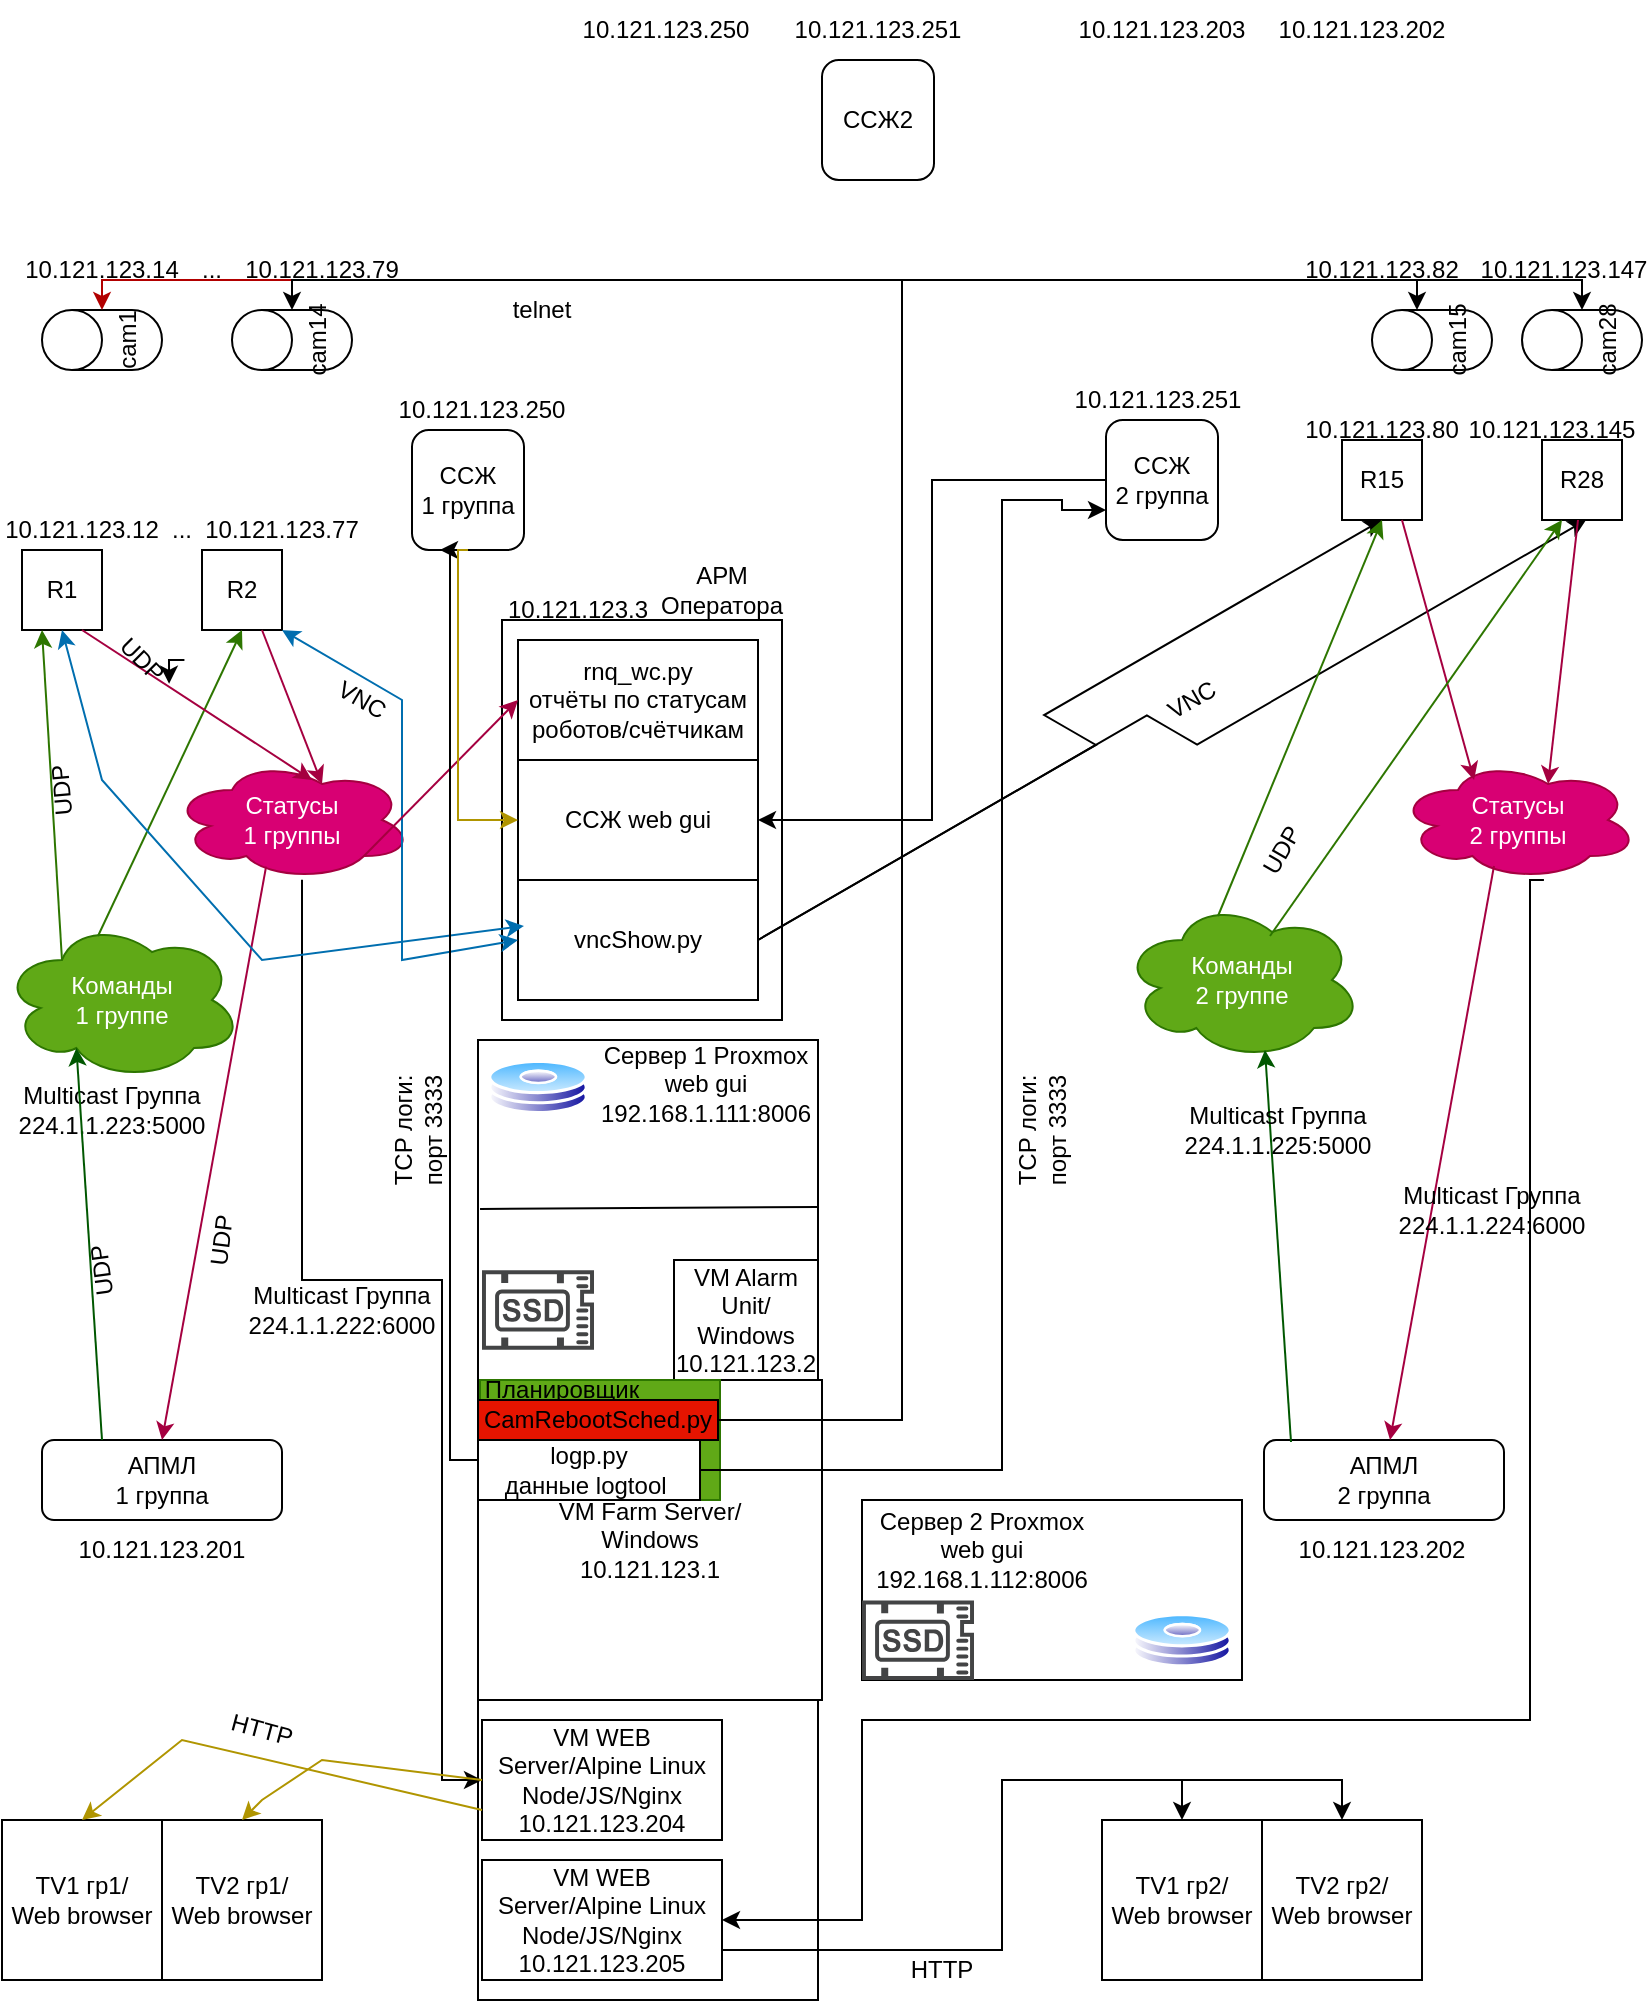
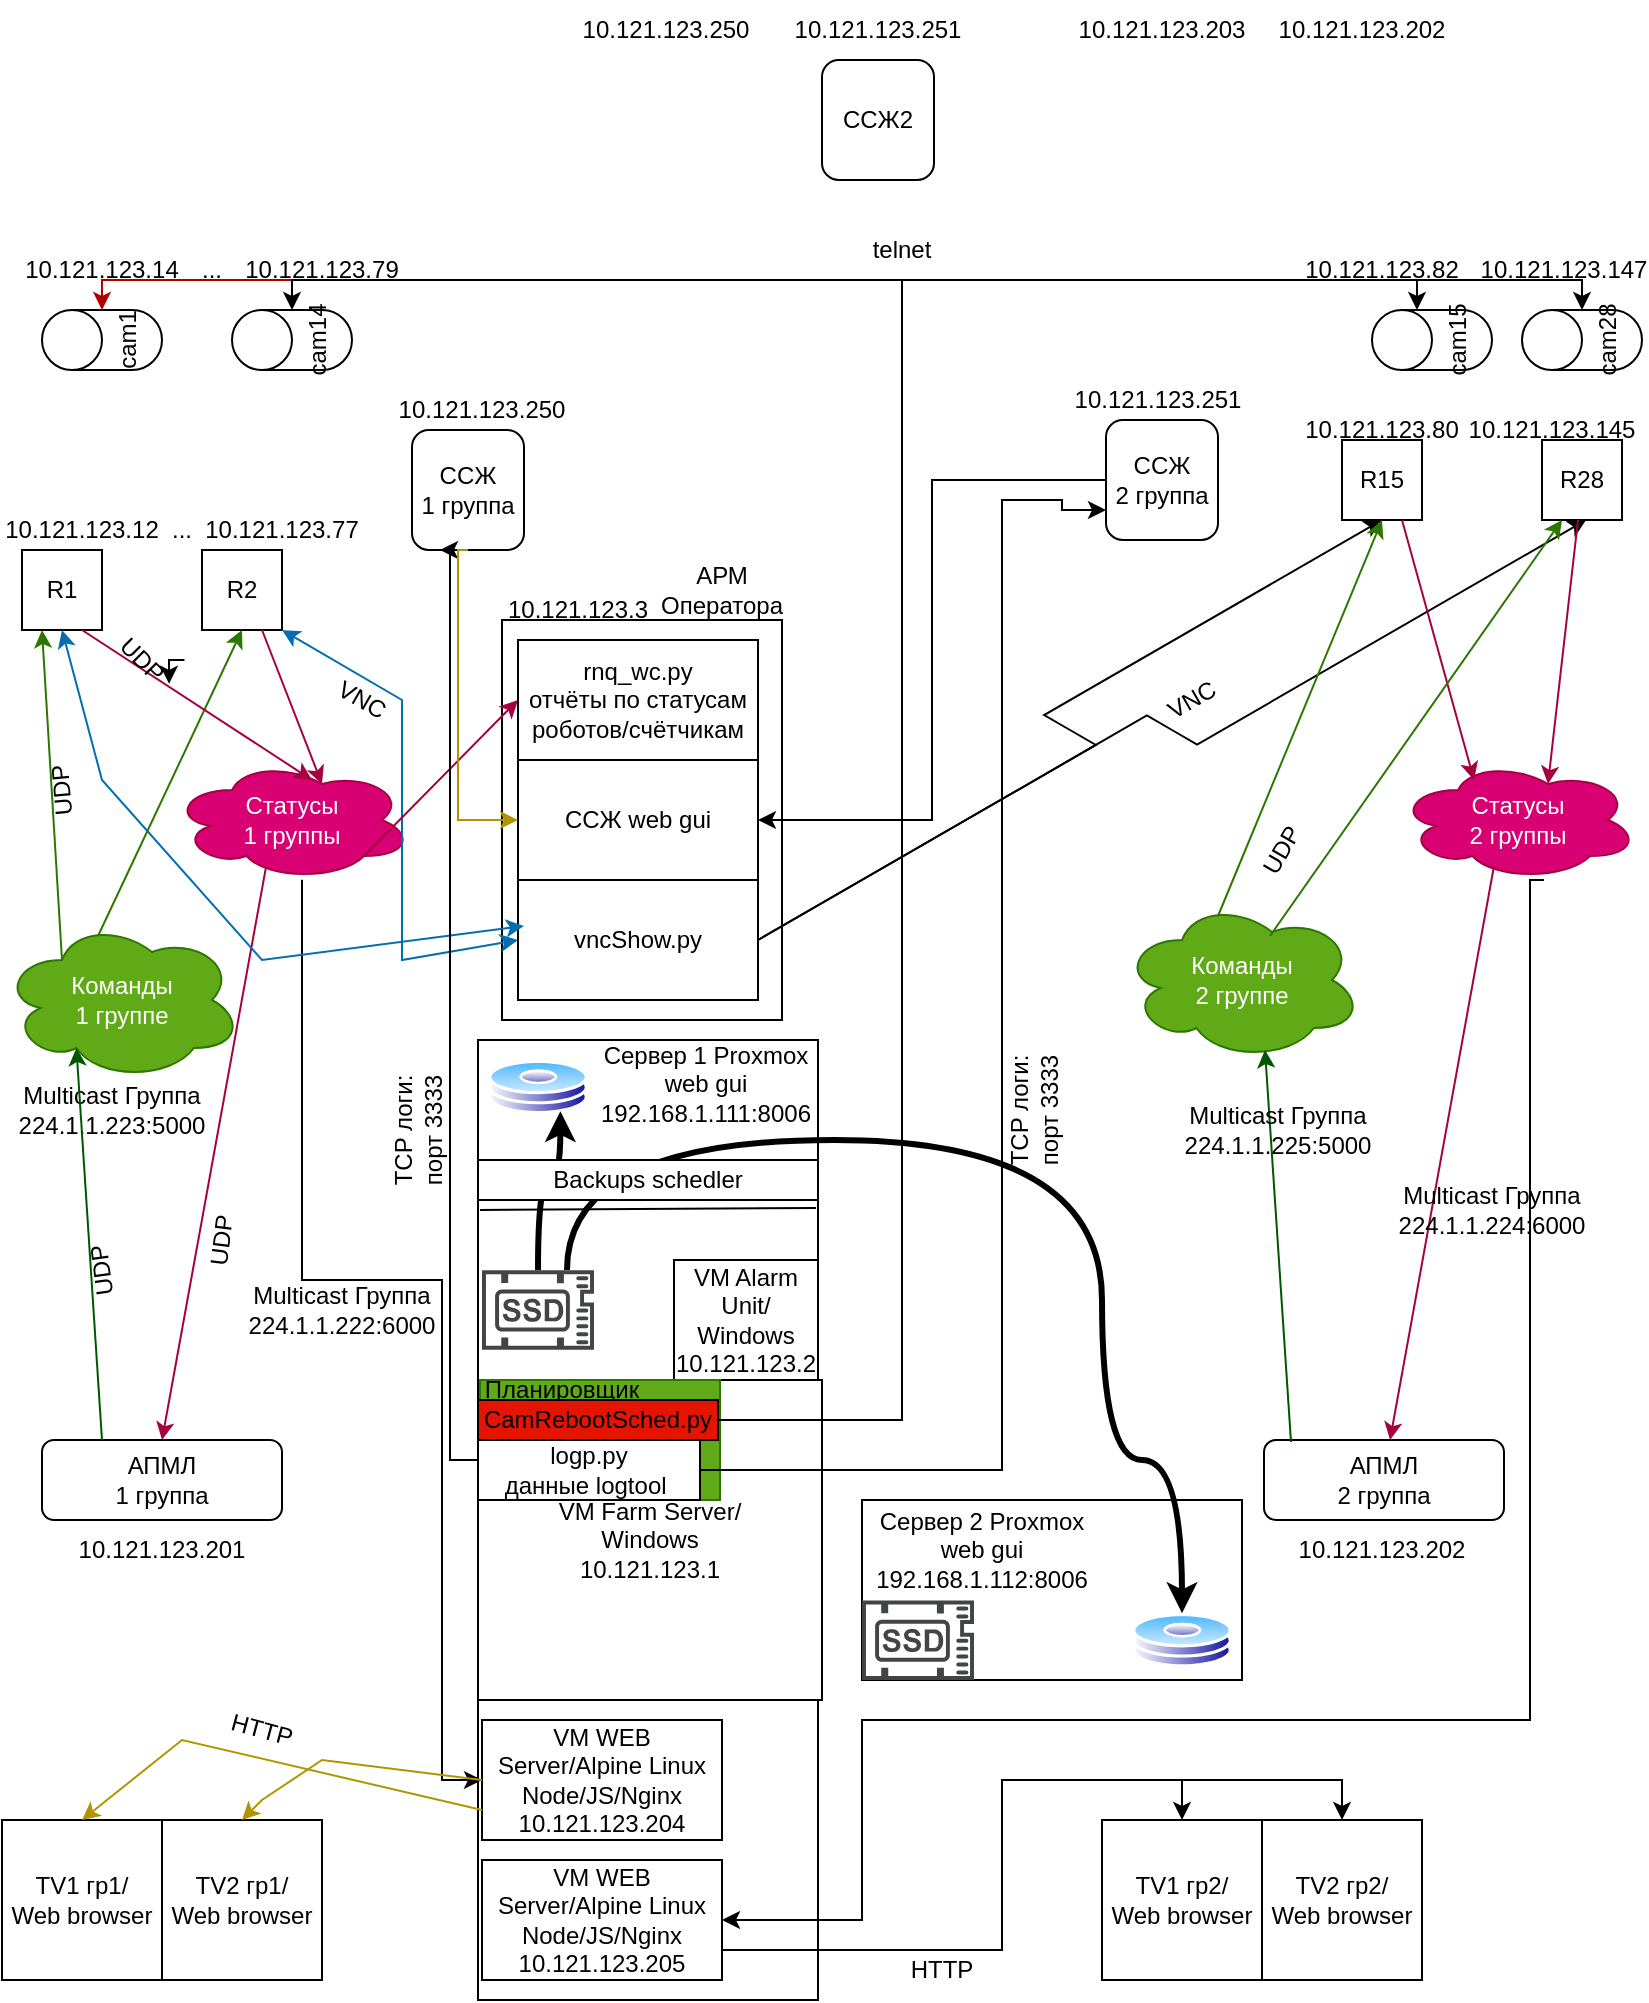
<mxfile host="app.diagrams.net" agent="Mozilla/5.0 (Macintosh; Intel Mac OS X 10_15_7) AppleWebKit/605.1.15 (KHTML, like Gecko) Version/18.4 Safari/605.1.15">
  <diagram name="Common" id="kNre07OXL5QUW6hjHVb_">
    <mxGraphModel dx="1248" dy="847" grid="1" gridSize="10" guides="1" tooltips="1" connect="1" arrows="1" fold="1" page="1" pageScale="1" pageWidth="827" pageHeight="1169" math="0" shadow="0">
      <root>
        <mxCell id="0" />
        <mxCell id="1" parent="0" />
        <mxCell id="9Vli-bCbQJat1Q8ghpv_-9" parent="1" style="rounded=0;whiteSpace=wrap;html=1;" value="" vertex="1">
          <mxGeometry height="480" width="170" x="238" y="580" as="geometry" />
        </mxCell>
        <mxCell id="9Vli-bCbQJat1Q8ghpv_-1" parent="1" style="rounded=0;whiteSpace=wrap;html=1;" value="R1" vertex="1">
          <mxGeometry height="40" width="40" x="10" y="335" as="geometry" />
        </mxCell>
        <mxCell id="9Vli-bCbQJat1Q8ghpv_-2" parent="1" style="rounded=0;whiteSpace=wrap;html=1;" value="R2" vertex="1">
          <mxGeometry height="40" width="40" x="100" y="335" as="geometry" />
        </mxCell>
        <mxCell id="9Vli-bCbQJat1Q8ghpv_-3" parent="1" style="rounded=1;whiteSpace=wrap;html=1;" value="АПМЛ&lt;div&gt;1 группа&lt;/div&gt;" vertex="1">
          <mxGeometry height="40" width="120" x="20" y="780" as="geometry" />
        </mxCell>
        <mxCell id="MIcNWfqu2G7UR8mHNEVn-12" edge="1" parent="1" source="9Vli-bCbQJat1Q8ghpv_-6" style="edgeStyle=orthogonalEdgeStyle;rounded=0;orthogonalLoop=1;jettySize=auto;html=1;entryX=0;entryY=0.5;entryDx=0;entryDy=0;fontColor=light-dark(#000000,#FF00FF);strokeColor=light-dark(#000000,#FFA9E0);" target="9Vli-bCbQJat1Q8ghpv_-14">
          <mxGeometry relative="1" as="geometry">
            <Array as="points">
              <mxPoint x="150" y="700" />
              <mxPoint x="220" y="700" />
              <mxPoint x="220" y="950" />
            </Array>
          </mxGeometry>
        </mxCell>
        <mxCell id="9Vli-bCbQJat1Q8ghpv_-6" parent="1" style="ellipse;shape=cloud;whiteSpace=wrap;html=1;fillColor=#d80073;fontColor=#ffffff;strokeColor=#A50040;" value="Статусы&lt;div&gt;1 группы&lt;/div&gt;" vertex="1">
          <mxGeometry height="60" width="120" x="85" y="440" as="geometry" />
        </mxCell>
        <mxCell id="9Vli-bCbQJat1Q8ghpv_-7" parent="1" style="ellipse;shape=cloud;whiteSpace=wrap;html=1;fillColor=#60a917;fontColor=#ffffff;strokeColor=#2D7600;" value="Команды&lt;div&gt;1 группе&lt;/div&gt;" vertex="1">
          <mxGeometry height="80" width="120" y="520" as="geometry" />
        </mxCell>
        <mxCell id="9Vli-bCbQJat1Q8ghpv_-8" parent="1" style="rounded=1;whiteSpace=wrap;html=1;" value="ССЖ&lt;div&gt;1 группа&lt;/div&gt;" vertex="1">
          <mxGeometry height="60" width="56" x="205" y="275" as="geometry" />
        </mxCell>
        <mxCell id="9Vli-bCbQJat1Q8ghpv_-10" parent="1" style="whiteSpace=wrap;html=1;aspect=fixed;" value="TV2 гр1/&lt;div&gt;Web browser&lt;/div&gt;" vertex="1">
          <mxGeometry height="80" width="80" x="80" y="970" as="geometry" />
        </mxCell>
        <mxCell id="9Vli-bCbQJat1Q8ghpv_-11" edge="1" parent="1" source="9Vli-bCbQJat1Q8ghpv_-2" style="endArrow=classic;html=1;rounded=0;entryX=0.625;entryY=0.2;entryDx=0;entryDy=0;entryPerimeter=0;exitX=0.75;exitY=1;exitDx=0;exitDy=0;fillColor=#d80073;strokeColor=#A50040;" target="9Vli-bCbQJat1Q8ghpv_-6" value="">
          <mxGeometry height="50" relative="1" width="50" as="geometry">
            <mxPoint x="192.5" y="270" as="sourcePoint" />
            <mxPoint x="440" y="450" as="targetPoint" />
          </mxGeometry>
        </mxCell>
        <mxCell id="9Vli-bCbQJat1Q8ghpv_-12" edge="1" parent="1" source="9Vli-bCbQJat1Q8ghpv_-7" style="endArrow=classic;html=1;rounded=0;entryX=0.25;entryY=1;entryDx=0;entryDy=0;exitX=0.25;exitY=0.25;exitDx=0;exitDy=0;exitPerimeter=0;fillColor=#60a917;strokeColor=#2D7600;" target="9Vli-bCbQJat1Q8ghpv_-1" value="">
          <mxGeometry height="50" relative="1" width="50" as="geometry">
            <mxPoint x="390" y="500" as="sourcePoint" />
            <mxPoint x="120" y="270" as="targetPoint" />
          </mxGeometry>
        </mxCell>
        <mxCell id="9Vli-bCbQJat1Q8ghpv_-13" edge="1" parent="1" source="9Vli-bCbQJat1Q8ghpv_-6" style="endArrow=classic;html=1;rounded=0;entryX=0.5;entryY=0;entryDx=0;entryDy=0;exitX=0.392;exitY=0.888;exitDx=0;exitDy=0;exitPerimeter=0;fillColor=#d80073;strokeColor=#A50040;" target="9Vli-bCbQJat1Q8ghpv_-3" value="">
          <mxGeometry height="50" relative="1" width="50" as="geometry">
            <mxPoint x="390" y="500" as="sourcePoint" />
            <mxPoint x="440" y="450" as="targetPoint" />
          </mxGeometry>
        </mxCell>
        <mxCell id="9Vli-bCbQJat1Q8ghpv_-14" parent="1" style="rounded=0;whiteSpace=wrap;html=1;" value="VM WEB&lt;div&gt;Server/Alpine Linux&lt;/div&gt;&lt;div&gt;&lt;div&gt;Node/JS/Nginx&lt;/div&gt;&lt;/div&gt;&lt;div&gt;10.121.123.204&lt;/div&gt;" vertex="1">
          <mxGeometry height="60" width="120" x="240" y="920" as="geometry" />
        </mxCell>
        <mxCell id="9Vli-bCbQJat1Q8ghpv_-15" parent="1" style="rounded=0;whiteSpace=wrap;html=1;" value="VM Alarm Unit/&lt;div&gt;Windows&lt;/div&gt;&lt;div&gt;10.121.123.2&lt;/div&gt;" vertex="1">
          <mxGeometry height="60" width="72" x="336" y="690" as="geometry" />
        </mxCell>
        <mxCell id="9Vli-bCbQJat1Q8ghpv_-16" parent="1" style="rounded=0;whiteSpace=wrap;html=1;fillColor=light-dark(#FFFFFF,#FF0000);" value="VM Farm Server/&lt;div&gt;Windows&lt;/div&gt;&lt;div&gt;10.121.123.1&lt;/div&gt;" vertex="1">
          <mxGeometry height="160" width="172" x="238" y="750" as="geometry" />
        </mxCell>
        <mxCell id="9Vli-bCbQJat1Q8ghpv_-17" parent="1" style="text;html=1;whiteSpace=wrap;strokeColor=none;fillColor=none;align=center;verticalAlign=middle;rounded=0;" value="Сервер 1 Proxmox web gui&lt;div&gt;192.168.1.111:8006&lt;/div&gt;" vertex="1">
          <mxGeometry height="30" width="100" x="302" y="587" as="geometry" />
        </mxCell>
        <mxCell id="9Vli-bCbQJat1Q8ghpv_-18" parent="1" style="rounded=0;whiteSpace=wrap;html=1;fillColor=light-dark(#FFFFFF,#999900);" value="" vertex="1">
          <mxGeometry height="200" width="140" x="250" y="370" as="geometry" />
        </mxCell>
        <mxCell id="9Vli-bCbQJat1Q8ghpv_-19" parent="1" style="text;html=1;whiteSpace=wrap;strokeColor=none;fillColor=none;align=center;verticalAlign=middle;rounded=0;" value="АРМ Оператора" vertex="1">
          <mxGeometry height="30" width="60" x="330" y="340" as="geometry" />
        </mxCell>
        <mxCell id="9Vli-bCbQJat1Q8ghpv_-20" parent="1" style="rounded=0;whiteSpace=wrap;html=1;" value="rnq_wc.py&lt;div&gt;отчёты по статусам роботов/счётчикам&lt;/div&gt;" vertex="1">
          <mxGeometry height="60" width="120" x="258" y="380" as="geometry" />
        </mxCell>
        <mxCell id="MIcNWfqu2G7UR8mHNEVn-50" edge="1" parent="1" source="9Vli-bCbQJat1Q8ghpv_-25" style="edgeStyle=isometricEdgeStyle;rounded=0;orthogonalLoop=1;jettySize=auto;html=1;entryX=0.5;entryY=1;entryDx=0;entryDy=0;exitX=1;exitY=0.5;exitDx=0;exitDy=0;strokeColor=light-dark(#000000,#51AFE7);" target="MIcNWfqu2G7UR8mHNEVn-15">
          <mxGeometry relative="1" as="geometry" />
        </mxCell>
        <mxCell id="MIcNWfqu2G7UR8mHNEVn-51" edge="1" parent="1" source="9Vli-bCbQJat1Q8ghpv_-25" style="edgeStyle=isometricEdgeStyle;rounded=0;orthogonalLoop=1;jettySize=auto;html=1;exitX=1;exitY=0.5;exitDx=0;exitDy=0;strokeColor=light-dark(#000000,#51AFE7);">
          <mxGeometry relative="1" as="geometry">
            <mxPoint x="792" y="320" as="targetPoint" />
          </mxGeometry>
        </mxCell>
        <mxCell id="9Vli-bCbQJat1Q8ghpv_-25" parent="1" style="rounded=0;whiteSpace=wrap;html=1;" value="vncShow.py" vertex="1">
          <mxGeometry height="60" width="120" x="258" y="500" as="geometry" />
        </mxCell>
        <mxCell id="9Vli-bCbQJat1Q8ghpv_-26" edge="1" parent="1" source="9Vli-bCbQJat1Q8ghpv_-25" style="endArrow=classic;startArrow=classic;html=1;rounded=0;exitX=0;exitY=0.5;exitDx=0;exitDy=0;fillColor=#1ba1e2;strokeColor=#006EAF;entryX=1;entryY=1;entryDx=0;entryDy=0;" target="9Vli-bCbQJat1Q8ghpv_-2" value="">
          <mxGeometry height="50" relative="1" width="50" as="geometry">
            <Array as="points">
              <mxPoint x="200" y="540" />
              <mxPoint x="200" y="410" />
            </Array>
            <mxPoint x="390" y="500" as="sourcePoint" />
            <mxPoint x="210" y="120" as="targetPoint" />
          </mxGeometry>
        </mxCell>
        <mxCell id="9Vli-bCbQJat1Q8ghpv_-27" parent="1" style="text;html=1;whiteSpace=wrap;strokeColor=none;fillColor=none;align=center;verticalAlign=middle;rounded=0;rotation=30;fontColor=light-dark(#000000,#51AFE7);" value="VNC" vertex="1">
          <mxGeometry height="30" width="60" x="150" y="395" as="geometry" />
        </mxCell>
        <mxCell id="9Vli-bCbQJat1Q8ghpv_-29" parent="1" style="text;html=1;whiteSpace=wrap;strokeColor=none;fillColor=none;align=center;verticalAlign=middle;rounded=0;fontColor=light-dark(#000000,#4A890C);" value="Multicast Группа 224.1.1.223:5000" vertex="1">
          <mxGeometry height="30" width="60" x="25" y="600" as="geometry" />
        </mxCell>
        <mxCell id="9Vli-bCbQJat1Q8ghpv_-32" parent="1" style="rounded=0;whiteSpace=wrap;html=1;" value="ССЖ web gui" vertex="1">
          <mxGeometry height="60" width="120" x="258" y="440" as="geometry" />
        </mxCell>
        <mxCell id="9Vli-bCbQJat1Q8ghpv_-33" edge="1" parent="1" source="9Vli-bCbQJat1Q8ghpv_-6" style="endArrow=classic;html=1;rounded=0;exitX=0.8;exitY=0.8;exitDx=0;exitDy=0;exitPerimeter=0;entryX=0;entryY=0.5;entryDx=0;entryDy=0;fillColor=#d80073;strokeColor=#A50040;" target="9Vli-bCbQJat1Q8ghpv_-20" value="">
          <mxGeometry height="50" relative="1" width="50" as="geometry">
            <mxPoint x="390" y="530" as="sourcePoint" />
            <mxPoint x="440" y="480" as="targetPoint" />
          </mxGeometry>
        </mxCell>
        <mxCell id="9Vli-bCbQJat1Q8ghpv_-34" edge="1" parent="1" source="9Vli-bCbQJat1Q8ghpv_-3" style="endArrow=classic;html=1;rounded=0;exitX=0.25;exitY=0;exitDx=0;exitDy=0;entryX=0.31;entryY=0.8;entryDx=0;entryDy=0;entryPerimeter=0;fillColor=#008a00;strokeColor=#005700;" target="9Vli-bCbQJat1Q8ghpv_-7" value="">
          <mxGeometry height="50" relative="1" width="50" as="geometry">
            <mxPoint x="390" y="530" as="sourcePoint" />
            <mxPoint x="440" y="480" as="targetPoint" />
          </mxGeometry>
        </mxCell>
        <mxCell id="9Vli-bCbQJat1Q8ghpv_-35" parent="1" style="shape=cylinder3;whiteSpace=wrap;html=1;boundedLbl=1;backgroundOutline=1;size=15;rotation=-90;" value="cam1" vertex="1">
          <mxGeometry height="60" width="30" x="35" y="200" as="geometry" />
        </mxCell>
        <mxCell id="9Vli-bCbQJat1Q8ghpv_-36" parent="1" style="shape=cylinder3;whiteSpace=wrap;html=1;boundedLbl=1;backgroundOutline=1;size=15;rotation=-90;" value="cam14" vertex="1">
          <mxGeometry height="60" width="30" x="130" y="200" as="geometry" />
        </mxCell>
        <mxCell id="9Vli-bCbQJat1Q8ghpv_-39" edge="1" parent="1" source="9Vli-bCbQJat1Q8ghpv_-7" style="endArrow=classic;html=1;rounded=0;exitX=0.4;exitY=0.1;exitDx=0;exitDy=0;exitPerimeter=0;entryX=0.5;entryY=1;entryDx=0;entryDy=0;fillColor=#60a917;strokeColor=#2D7600;" target="9Vli-bCbQJat1Q8ghpv_-2" value="">
          <mxGeometry height="50" relative="1" width="50" as="geometry">
            <mxPoint x="390" y="400" as="sourcePoint" />
            <mxPoint x="440" y="350" as="targetPoint" />
          </mxGeometry>
        </mxCell>
        <mxCell id="9Vli-bCbQJat1Q8ghpv_-40" edge="1" parent="1" source="9Vli-bCbQJat1Q8ghpv_-1" style="endArrow=classic;html=1;rounded=0;entryX=0.75;entryY=1;entryDx=0;entryDy=0;fillColor=#d80073;strokeColor=#A50040;exitX=0.75;exitY=1;exitDx=0;exitDy=0;" value="">
          <mxGeometry height="50" relative="1" width="50" as="geometry">
            <mxPoint x="150" y="120" as="sourcePoint" />
            <mxPoint x="155" y="450" as="targetPoint" />
          </mxGeometry>
        </mxCell>
        <mxCell id="9Vli-bCbQJat1Q8ghpv_-41" edge="1" parent="1" source="9Vli-bCbQJat1Q8ghpv_-25" style="endArrow=classic;startArrow=classic;html=1;rounded=0;exitX=0.025;exitY=0.383;exitDx=0;exitDy=0;exitPerimeter=0;fillColor=#1ba1e2;strokeColor=#006EAF;entryX=0.5;entryY=1;entryDx=0;entryDy=0;" target="9Vli-bCbQJat1Q8ghpv_-1" value="">
          <mxGeometry height="50" relative="1" width="50" as="geometry">
            <Array as="points">
              <mxPoint x="130" y="540" />
              <mxPoint x="50" y="450" />
            </Array>
            <mxPoint x="170" y="670" as="sourcePoint" />
            <mxPoint x="140" y="120" as="targetPoint" />
          </mxGeometry>
        </mxCell>
-         <mxCell id="9Vli-bCbQJat1Q8ghpv_-45" parent="1" style="text;html=1;whiteSpace=wrap;strokeColor=none;fillColor=none;align=center;verticalAlign=middle;rounded=0;rotation=0;" value="telnet" vertex="1">
-           <mxGeometry height="30" width="60" x="240" y="200" as="geometry" />
+         <mxCell id="9Vli-bCbQJat1Q8ghpv_-45" parent="1" style="text;html=1;whiteSpace=wrap;strokeColor=none;fillColor=none;align=center;verticalAlign=middle;rounded=0;rotation=0;fontColor=light-dark(#000000,#FFACAC);" value="telnet" vertex="1">
+           <mxGeometry height="30" width="60" x="420" y="170" as="geometry" />
        </mxCell>
        <mxCell id="9Vli-bCbQJat1Q8ghpv_-50" edge="1" parent="1" source="9Vli-bCbQJat1Q8ghpv_-14" style="endArrow=classic;html=1;rounded=0;exitX=0;exitY=0.5;exitDx=0;exitDy=0;entryX=0.5;entryY=0;entryDx=0;entryDy=0;fillColor=#e3c800;strokeColor=#B09500;" target="9Vli-bCbQJat1Q8ghpv_-10" value="">
          <mxGeometry height="50" relative="1" width="50" as="geometry">
            <Array as="points">
              <mxPoint x="160" y="940" />
              <mxPoint x="130" y="960" />
            </Array>
            <mxPoint x="390" y="460" as="sourcePoint" />
            <mxPoint x="440" y="410" as="targetPoint" />
          </mxGeometry>
        </mxCell>
        <mxCell id="9Vli-bCbQJat1Q8ghpv_-53" parent="1" style="text;html=1;whiteSpace=wrap;strokeColor=none;fillColor=none;align=center;verticalAlign=middle;rounded=0;rotation=-90;" value="TCP логи: порт 3333" vertex="1">
          <mxGeometry height="30" width="60" x="178" y="610" as="geometry" />
        </mxCell>
        <mxCell id="pDRP3hoOsNH6IqBBJrl4-1" parent="1" style="text;html=1;whiteSpace=wrap;strokeColor=none;fillColor=none;align=center;verticalAlign=middle;rounded=0;" value="10.121.123.3" vertex="1">
          <mxGeometry height="30" width="60" x="258" y="350" as="geometry" />
        </mxCell>
        <mxCell id="pDRP3hoOsNH6IqBBJrl4-2" parent="1" style="text;html=1;whiteSpace=wrap;strokeColor=none;fillColor=none;align=center;verticalAlign=middle;rounded=0;" value="10.121.123.201" vertex="1">
          <mxGeometry height="30" width="60" x="50" y="820" as="geometry" />
        </mxCell>
        <mxCell id="pDRP3hoOsNH6IqBBJrl4-3" parent="1" style="text;html=1;whiteSpace=wrap;strokeColor=none;fillColor=none;align=center;verticalAlign=middle;rounded=0;" value="10.121.123.12" vertex="1">
          <mxGeometry height="30" width="60" x="10" y="310" as="geometry" />
        </mxCell>
        <mxCell id="pDRP3hoOsNH6IqBBJrl4-4" parent="1" style="text;html=1;whiteSpace=wrap;strokeColor=none;fillColor=none;align=center;verticalAlign=middle;rounded=0;" value="10.121.123.77" vertex="1">
          <mxGeometry height="30" width="60" x="110" y="310" as="geometry" />
        </mxCell>
        <mxCell id="pDRP3hoOsNH6IqBBJrl4-5" parent="1" style="text;html=1;whiteSpace=wrap;strokeColor=none;fillColor=none;align=center;verticalAlign=middle;rounded=0;" value="10.121.123.14" vertex="1">
          <mxGeometry height="30" width="60" x="20" y="180" as="geometry" />
        </mxCell>
        <mxCell id="pDRP3hoOsNH6IqBBJrl4-7" parent="1" style="text;html=1;whiteSpace=wrap;strokeColor=none;fillColor=none;align=center;verticalAlign=middle;rounded=0;" value="10.121.123.202" vertex="1">
          <mxGeometry height="30" width="60" x="650" y="60" as="geometry" />
        </mxCell>
        <mxCell id="pDRP3hoOsNH6IqBBJrl4-8" parent="1" style="text;html=1;whiteSpace=wrap;strokeColor=none;fillColor=none;align=center;verticalAlign=middle;rounded=0;" value="10.121.123.250" vertex="1">
          <mxGeometry height="30" width="60" x="302" y="60" as="geometry" />
        </mxCell>
        <mxCell id="pDRP3hoOsNH6IqBBJrl4-9" parent="1" style="whiteSpace=wrap;html=1;aspect=fixed;" value="TV1 гр1/&lt;div&gt;Web browser&lt;/div&gt;" vertex="1">
          <mxGeometry height="80" width="80" y="970" as="geometry" />
        </mxCell>
        <mxCell id="pDRP3hoOsNH6IqBBJrl4-10" edge="1" parent="1" source="9Vli-bCbQJat1Q8ghpv_-14" style="endArrow=classic;html=1;rounded=0;exitX=0;exitY=0.75;exitDx=0;exitDy=0;fillColor=#e3c800;strokeColor=#B09500;entryX=0.5;entryY=0;entryDx=0;entryDy=0;" target="pDRP3hoOsNH6IqBBJrl4-9" value="">
          <mxGeometry height="50" relative="1" width="50" as="geometry">
            <Array as="points">
              <mxPoint x="90" y="930" />
            </Array>
            <mxPoint x="540" y="810" as="sourcePoint" />
            <mxPoint x="580" y="170" as="targetPoint" />
          </mxGeometry>
        </mxCell>
        <mxCell id="pDRP3hoOsNH6IqBBJrl4-11" parent="1" style="text;html=1;whiteSpace=wrap;strokeColor=none;fillColor=none;align=center;verticalAlign=middle;rounded=0;rotation=15;fontColor=light-dark(#000000,#AA7942);" value="HTTP" vertex="1">
          <mxGeometry height="30" width="60" x="99.99599361155867" y="910.0010807734623" as="geometry" />
        </mxCell>
        <mxCell id="pDRP3hoOsNH6IqBBJrl4-13" parent="1" style="text;html=1;whiteSpace=wrap;strokeColor=none;fillColor=none;align=center;verticalAlign=middle;rounded=0;rotation=-82.9;fontColor=light-dark(#000000,#FFA9E0);" value="UDP" vertex="1">
          <mxGeometry height="30" width="60" x="79.99895525537022" y="665.001561625191" as="geometry" />
        </mxCell>
        <mxCell id="pDRP3hoOsNH6IqBBJrl4-14" parent="1" style="text;html=1;whiteSpace=wrap;strokeColor=none;fillColor=none;align=center;verticalAlign=middle;rounded=0;rotation=-97.7;fontColor=light-dark(#000000,#4A890C);" value="UDP" vertex="1">
          <mxGeometry height="30" width="60" x="20.003023370497118" y="680.003980287672" as="geometry" />
        </mxCell>
        <mxCell id="pDRP3hoOsNH6IqBBJrl4-15" parent="1" style="text;html=1;whiteSpace=wrap;strokeColor=none;fillColor=none;align=center;verticalAlign=middle;rounded=0;rotation=45;fontColor=light-dark(#000000,#FF40FF);" value="UDP" vertex="1">
          <mxGeometry height="30" width="60" x="39.99433355827131" y="374.9992887727194" as="geometry" />
        </mxCell>
        <mxCell id="pDRP3hoOsNH6IqBBJrl4-16" parent="1" style="text;html=1;whiteSpace=wrap;strokeColor=none;fillColor=none;align=center;verticalAlign=middle;rounded=0;rotation=-95;fontColor=light-dark(#000000,#669C35);" value="UDP" vertex="1">
          <mxGeometry height="30" width="60" x="0.0034587474116563044" y="440.00006046520986" as="geometry" />
        </mxCell>
        <mxCell id="pDRP3hoOsNH6IqBBJrl4-17" parent="1" style="text;html=1;whiteSpace=wrap;strokeColor=none;fillColor=none;align=center;verticalAlign=middle;rounded=0;" value="..." vertex="1">
          <mxGeometry height="30" width="60" x="75" y="180" as="geometry" />
        </mxCell>
        <mxCell id="pDRP3hoOsNH6IqBBJrl4-19" parent="1" style="text;html=1;whiteSpace=wrap;strokeColor=none;fillColor=none;align=center;verticalAlign=middle;rounded=0;" value="..." vertex="1">
          <mxGeometry height="30" width="60" x="60" y="310" as="geometry" />
        </mxCell>
        <mxCell id="RY_e6USZ5wNnN9YbCOju-1" parent="1" style="text;html=1;whiteSpace=wrap;strokeColor=none;fillColor=none;align=center;verticalAlign=middle;rounded=0;" value="10.121.123.203" vertex="1">
          <mxGeometry height="30" width="60" x="550" y="60" as="geometry" />
        </mxCell>
        <mxCell id="gUFCSbxJNFJtdSgufsqY-6" edge="1" parent="1" source="9Vli-bCbQJat1Q8ghpv_-22" style="edgeStyle=orthogonalEdgeStyle;rounded=0;orthogonalLoop=1;jettySize=auto;html=1;entryX=0.25;entryY=1;entryDx=0;entryDy=0;" target="9Vli-bCbQJat1Q8ghpv_-8">
          <mxGeometry relative="1" as="geometry">
            <Array as="points">
              <mxPoint x="224" y="790" />
            </Array>
          </mxGeometry>
        </mxCell>
        <mxCell id="MIcNWfqu2G7UR8mHNEVn-1" parent="1" style="rounded=1;whiteSpace=wrap;html=1;" value="ССЖ2" vertex="1">
          <mxGeometry height="60" width="56" x="410" y="90" as="geometry" />
        </mxCell>
        <mxCell id="MIcNWfqu2G7UR8mHNEVn-3" parent="1" style="text;html=1;whiteSpace=wrap;strokeColor=none;fillColor=none;align=center;verticalAlign=middle;rounded=0;" value="10.121.123.251" vertex="1">
          <mxGeometry height="30" width="60" x="408" y="60" as="geometry" />
        </mxCell>
        <mxCell id="MIcNWfqu2G7UR8mHNEVn-4" edge="1" parent="1" source="9Vli-bCbQJat1Q8ghpv_-21" style="edgeStyle=orthogonalEdgeStyle;rounded=0;orthogonalLoop=1;jettySize=auto;html=1;exitX=1;exitY=0.5;exitDx=0;exitDy=0;entryX=1;entryY=0.5;entryDx=0;entryDy=0;entryPerimeter=0;fillColor=#e51400;strokeColor=#B20000;" target="9Vli-bCbQJat1Q8ghpv_-35" value="">
          <mxGeometry relative="1" as="geometry">
            <Array as="points">
              <mxPoint x="450" y="770" />
              <mxPoint x="450" y="200" />
              <mxPoint x="50" y="200" />
            </Array>
            <mxPoint x="760" y="650" as="sourcePoint" />
            <mxPoint x="158" y="215" as="targetPoint" />
          </mxGeometry>
        </mxCell>
        <mxCell id="pDRP3hoOsNH6IqBBJrl4-6" parent="1" style="text;html=1;whiteSpace=wrap;strokeColor=none;fillColor=none;align=center;verticalAlign=middle;rounded=0;" value="10.121.123.79" vertex="1">
          <mxGeometry height="30" width="60" x="130" y="180" as="geometry" />
        </mxCell>
        <mxCell id="MIcNWfqu2G7UR8mHNEVn-59" edge="1" parent="1" source="MIcNWfqu2G7UR8mHNEVn-5" style="edgeStyle=orthogonalEdgeStyle;rounded=0;orthogonalLoop=1;jettySize=auto;html=1;entryX=0.5;entryY=0;entryDx=0;entryDy=0;exitX=1;exitY=0.75;exitDx=0;exitDy=0;strokeColor=light-dark(#000000,#8D7600);" target="MIcNWfqu2G7UR8mHNEVn-32">
          <mxGeometry relative="1" as="geometry">
            <Array as="points">
              <mxPoint x="500" y="1035" />
              <mxPoint x="500" y="950" />
              <mxPoint x="590" y="950" />
            </Array>
          </mxGeometry>
        </mxCell>
        <mxCell id="MIcNWfqu2G7UR8mHNEVn-60" edge="1" parent="1" source="MIcNWfqu2G7UR8mHNEVn-5" style="edgeStyle=orthogonalEdgeStyle;rounded=0;orthogonalLoop=1;jettySize=auto;html=1;entryX=0.5;entryY=0;entryDx=0;entryDy=0;exitX=1;exitY=0.75;exitDx=0;exitDy=0;strokeColor=light-dark(#000000,#8D7600);" target="MIcNWfqu2G7UR8mHNEVn-33">
          <mxGeometry relative="1" as="geometry">
            <Array as="points">
              <mxPoint x="500" y="1035" />
              <mxPoint x="500" y="950" />
              <mxPoint x="670" y="950" />
            </Array>
          </mxGeometry>
        </mxCell>
        <mxCell id="MIcNWfqu2G7UR8mHNEVn-5" parent="1" style="rounded=0;whiteSpace=wrap;html=1;" value="VM WEB&lt;div&gt;Server/Alpine Linux&lt;/div&gt;&lt;div&gt;Node/JS/Nginx&lt;/div&gt;&lt;div&gt;10.121.123.205&lt;/div&gt;" vertex="1">
          <mxGeometry height="60" width="120" x="240" y="990" as="geometry" />
        </mxCell>
        <mxCell id="9Vli-bCbQJat1Q8ghpv_-52" edge="1" parent="1" source="9Vli-bCbQJat1Q8ghpv_-8" style="edgeStyle=orthogonalEdgeStyle;rounded=0;orthogonalLoop=1;jettySize=auto;html=1;entryX=0;entryY=0.5;entryDx=0;entryDy=0;fillColor=#e3c800;strokeColor=#B09500;exitX=0.5;exitY=1;exitDx=0;exitDy=0;" target="9Vli-bCbQJat1Q8ghpv_-32">
          <mxGeometry relative="1" as="geometry">
            <Array as="points">
              <mxPoint x="228" y="470" />
            </Array>
          </mxGeometry>
        </mxCell>
        <mxCell id="9Vli-bCbQJat1Q8ghpv_-42" parent="1" style="text;html=1;whiteSpace=wrap;strokeColor=none;fillColor=none;align=center;verticalAlign=middle;rounded=0;fontColor=light-dark(#000000,#FFA9E0);" value="Multicast Группа 224.1.1.222:6000" vertex="1">
          <mxGeometry height="30" width="60" x="140" y="700" as="geometry" />
        </mxCell>
        <mxCell id="gUFCSbxJNFJtdSgufsqY-3" parent="1" style="rounded=0;whiteSpace=wrap;html=1;fillColor=#60a917;fontColor=#ffffff;strokeColor=#2D7600;" value="" vertex="1">
          <mxGeometry height="60" width="120" x="239" y="750" as="geometry" />
        </mxCell>
        <mxCell id="gUFCSbxJNFJtdSgufsqY-4" parent="1" style="text;html=1;whiteSpace=wrap;strokeColor=none;fillColor=none;align=center;verticalAlign=middle;rounded=0;rotation=0;" value="Планировщик" vertex="1">
          <mxGeometry height="30" width="60" x="250" y="740" as="geometry" />
        </mxCell>
        <mxCell id="9Vli-bCbQJat1Q8ghpv_-21" parent="1" style="rounded=0;whiteSpace=wrap;html=1;fillColor=#E51400;fontColor=#000000;" value="&lt;span style=&quot;color: light-dark(rgb(0, 0, 0), rgb(0, 0, 0));&quot;&gt;CamRebootSched.py&lt;/span&gt;" vertex="1">
          <mxGeometry height="20" width="120" x="238" y="760" as="geometry" />
        </mxCell>
        <mxCell id="MIcNWfqu2G7UR8mHNEVn-11" parent="1" style="text;html=1;whiteSpace=wrap;strokeColor=none;fillColor=none;align=center;verticalAlign=middle;rounded=0;" value="10.121.123.250" vertex="1">
          <mxGeometry height="30" width="60" x="210" y="250" as="geometry" />
        </mxCell>
        <mxCell id="MIcNWfqu2G7UR8mHNEVn-19" edge="1" parent="1" source="9Vli-bCbQJat1Q8ghpv_-22" style="edgeStyle=orthogonalEdgeStyle;rounded=0;orthogonalLoop=1;jettySize=auto;html=1;entryX=0;entryY=0.75;entryDx=0;entryDy=0;" target="MIcNWfqu2G7UR8mHNEVn-16">
          <mxGeometry relative="1" as="geometry">
            <Array as="points">
              <mxPoint x="500" y="795" />
              <mxPoint x="500" y="310" />
              <mxPoint x="530" y="310" />
              <mxPoint x="530" y="315" />
            </Array>
          </mxGeometry>
        </mxCell>
        <mxCell id="9Vli-bCbQJat1Q8ghpv_-22" parent="1" style="rounded=0;whiteSpace=wrap;html=1;" value="logp.py&lt;div&gt;данные logtool&amp;nbsp;&lt;/div&gt;" vertex="1">
          <mxGeometry height="30" width="111" x="238" y="780" as="geometry" />
        </mxCell>
        <mxCell id="MIcNWfqu2G7UR8mHNEVn-14" parent="1" style="rounded=0;whiteSpace=wrap;html=1;" value="R28" vertex="1">
          <mxGeometry height="40" width="40" x="770" y="280" as="geometry" />
        </mxCell>
        <mxCell id="MIcNWfqu2G7UR8mHNEVn-15" parent="1" style="rounded=0;whiteSpace=wrap;html=1;" value="R15" vertex="1">
          <mxGeometry height="40" width="40" x="670" y="280" as="geometry" />
        </mxCell>
        <mxCell id="MIcNWfqu2G7UR8mHNEVn-21" edge="1" parent="1" source="MIcNWfqu2G7UR8mHNEVn-16" style="edgeStyle=orthogonalEdgeStyle;rounded=0;orthogonalLoop=1;jettySize=auto;html=1;entryX=1;entryY=0.5;entryDx=0;entryDy=0;strokeColor=light-dark(#000000,#8D7600);" target="9Vli-bCbQJat1Q8ghpv_-32">
          <mxGeometry relative="1" as="geometry" />
        </mxCell>
        <mxCell id="MIcNWfqu2G7UR8mHNEVn-16" parent="1" style="rounded=1;whiteSpace=wrap;html=1;" value="ССЖ&lt;div&gt;2 группа&lt;/div&gt;" vertex="1">
          <mxGeometry height="60" width="56" x="552" y="270" as="geometry" />
        </mxCell>
        <mxCell id="MIcNWfqu2G7UR8mHNEVn-18" parent="1" style="text;html=1;whiteSpace=wrap;strokeColor=none;fillColor=none;align=center;verticalAlign=middle;rounded=0;" value="10.121.123.251" vertex="1">
          <mxGeometry height="30" width="60" x="548" y="245" as="geometry" />
        </mxCell>
        <mxCell id="MIcNWfqu2G7UR8mHNEVn-20" parent="1" style="text;html=1;whiteSpace=wrap;strokeColor=none;fillColor=none;align=center;verticalAlign=middle;rounded=0;rotation=-90;" value="TCP логи: порт 3333" vertex="1">
-           <mxGeometry height="30" width="60" x="490" y="610" as="geometry" />
+           <mxGeometry height="30" width="60" x="486" y="600" as="geometry" />
        </mxCell>
        <mxCell id="MIcNWfqu2G7UR8mHNEVn-22" parent="1" style="shape=cylinder3;whiteSpace=wrap;html=1;boundedLbl=1;backgroundOutline=1;size=15;rotation=-90;" value="cam15" vertex="1">
          <mxGeometry height="60" width="30" x="700" y="200" as="geometry" />
        </mxCell>
        <mxCell id="MIcNWfqu2G7UR8mHNEVn-23" parent="1" style="shape=cylinder3;whiteSpace=wrap;html=1;boundedLbl=1;backgroundOutline=1;size=15;rotation=-90;" value="cam28" vertex="1">
          <mxGeometry height="60" width="30" x="775" y="200" as="geometry" />
        </mxCell>
        <mxCell id="MIcNWfqu2G7UR8mHNEVn-24" parent="1" style="rounded=1;whiteSpace=wrap;html=1;" value="АПМЛ&lt;div&gt;2 группа&lt;/div&gt;" vertex="1">
          <mxGeometry height="40" width="120" x="631" y="780" as="geometry" />
        </mxCell>
        <mxCell id="MIcNWfqu2G7UR8mHNEVn-25" parent="1" style="text;html=1;whiteSpace=wrap;strokeColor=none;fillColor=none;align=center;verticalAlign=middle;rounded=0;" value="10.121.123.202" vertex="1">
          <mxGeometry height="30" width="60" x="660" y="820" as="geometry" />
        </mxCell>
        <mxCell id="MIcNWfqu2G7UR8mHNEVn-26" parent="1" style="ellipse;shape=cloud;whiteSpace=wrap;html=1;fillColor=#60a917;fontColor=#ffffff;strokeColor=#2D7600;" value="Команды&lt;div&gt;2 группе&lt;/div&gt;" vertex="1">
          <mxGeometry height="80" width="120" x="560" y="510" as="geometry" />
        </mxCell>
        <mxCell id="MIcNWfqu2G7UR8mHNEVn-27" parent="1" style="ellipse;shape=cloud;whiteSpace=wrap;html=1;fillColor=#d80073;fontColor=#ffffff;strokeColor=#A50040;" value="Статусы&lt;div&gt;2 группы&lt;/div&gt;" vertex="1">
          <mxGeometry height="60" width="120" x="698" y="440" as="geometry" />
        </mxCell>
        <mxCell id="MIcNWfqu2G7UR8mHNEVn-28" edge="1" parent="1" style="endArrow=classic;html=1;rounded=0;exitX=0.25;exitY=0;exitDx=0;exitDy=0;entryX=0.31;entryY=0.8;entryDx=0;entryDy=0;entryPerimeter=0;fillColor=#008a00;strokeColor=#005700;" value="">
          <mxGeometry height="50" relative="1" width="50" as="geometry">
            <mxPoint x="644.5" y="781" as="sourcePoint" />
            <mxPoint x="631.5" y="585" as="targetPoint" />
          </mxGeometry>
        </mxCell>
        <mxCell id="MIcNWfqu2G7UR8mHNEVn-29" edge="1" parent="1" style="endArrow=classic;html=1;rounded=0;entryX=0.5;entryY=0;entryDx=0;entryDy=0;exitX=0.392;exitY=0.888;exitDx=0;exitDy=0;exitPerimeter=0;fillColor=#d80073;strokeColor=#A50040;" value="">
          <mxGeometry height="50" relative="1" width="50" as="geometry">
            <mxPoint x="746" y="493" as="sourcePoint" />
            <mxPoint x="694" y="780" as="targetPoint" />
          </mxGeometry>
        </mxCell>
        <mxCell id="MIcNWfqu2G7UR8mHNEVn-32" parent="1" style="whiteSpace=wrap;html=1;aspect=fixed;" value="TV1 гр2/&lt;div&gt;Web browser&lt;/div&gt;" vertex="1">
          <mxGeometry height="80" width="80" x="550" y="970" as="geometry" />
        </mxCell>
        <mxCell id="MIcNWfqu2G7UR8mHNEVn-33" parent="1" style="whiteSpace=wrap;html=1;aspect=fixed;" value="TV2 гр2/&lt;div&gt;Web browser&lt;/div&gt;" vertex="1">
          <mxGeometry height="80" width="80" x="630" y="970" as="geometry" />
        </mxCell>
        <mxCell id="MIcNWfqu2G7UR8mHNEVn-34" parent="1" style="rounded=0;whiteSpace=wrap;html=1;" value="" vertex="1">
          <mxGeometry height="90" width="190" x="430" y="810" as="geometry" />
        </mxCell>
        <mxCell id="MIcNWfqu2G7UR8mHNEVn-35" parent="1" style="text;html=1;whiteSpace=wrap;strokeColor=none;fillColor=none;align=center;verticalAlign=middle;rounded=0;" value="Сервер 2 Proxmox web gui&lt;div&gt;192.168.1.112:8006&lt;/div&gt;" vertex="1">
          <mxGeometry height="30" width="100" x="440" y="820" as="geometry" />
        </mxCell>
        <mxCell id="MIcNWfqu2G7UR8mHNEVn-36" parent="1" style="image;aspect=fixed;perimeter=ellipsePerimeter;html=1;align=center;shadow=0;dashed=0;spacingTop=3;image=img/lib/active_directory/hard_disk.svg;" value="" vertex="1">
          <mxGeometry height="27" width="50" x="565" y="866.62" as="geometry" />
        </mxCell>
        <mxCell id="MIcNWfqu2G7UR8mHNEVn-37" parent="1" style="image;aspect=fixed;perimeter=ellipsePerimeter;html=1;align=center;shadow=0;dashed=0;spacingTop=3;image=img/lib/active_directory/hard_disk.svg;" value="" vertex="1">
          <mxGeometry height="27" width="50" x="243" y="590" as="geometry" />
+         </mxCell>
+         <mxCell id="MIcNWfqu2G7UR8mHNEVn-74" edge="1" parent="1" source="MIcNWfqu2G7UR8mHNEVn-39" style="edgeStyle=orthogonalEdgeStyle;rounded=0;orthogonalLoop=1;jettySize=auto;html=1;entryX=0.75;entryY=1;entryDx=0;entryDy=0;curved=1;strokeColor=light-dark(#000000,#0000FF);strokeWidth=3;" target="MIcNWfqu2G7UR8mHNEVn-37">
+           <mxGeometry relative="1" as="geometry">
+             <Array as="points">
+               <mxPoint x="268" y="650" />
+               <mxPoint x="279" y="650" />
+             </Array>
+           </mxGeometry>
        </mxCell>
        <mxCell id="MIcNWfqu2G7UR8mHNEVn-39" parent="1" style="sketch=0;pointerEvents=1;shadow=0;dashed=0;html=1;strokeColor=none;fillColor=#434445;aspect=fixed;labelPosition=center;verticalLabelPosition=bottom;verticalAlign=top;align=center;outlineConnect=0;shape=mxgraph.vvd.ssd;" value="" vertex="1">
          <mxGeometry height="39.76" width="56" x="240" y="695.12" as="geometry" />
        </mxCell>
        <mxCell id="MIcNWfqu2G7UR8mHNEVn-40" parent="1" style="sketch=0;pointerEvents=1;shadow=0;dashed=0;html=1;strokeColor=none;fillColor=#434445;aspect=fixed;labelPosition=center;verticalLabelPosition=bottom;verticalAlign=top;align=center;outlineConnect=0;shape=mxgraph.vvd.ssd;" value="" vertex="1">
          <mxGeometry height="39.76" width="56" x="430" y="860.24" as="geometry" />
        </mxCell>
        <mxCell id="MIcNWfqu2G7UR8mHNEVn-41" edge="1" parent="1" source="9Vli-bCbQJat1Q8ghpv_-21" style="edgeStyle=orthogonalEdgeStyle;rounded=0;orthogonalLoop=1;jettySize=auto;html=1;entryX=1;entryY=0;entryDx=0;entryDy=22.5;entryPerimeter=0;strokeColor=light-dark(#000000,#FFACAC);" target="MIcNWfqu2G7UR8mHNEVn-22">
          <mxGeometry relative="1" as="geometry">
            <Array as="points">
              <mxPoint x="450" y="770" />
              <mxPoint x="450" y="200" />
              <mxPoint x="708" y="200" />
            </Array>
          </mxGeometry>
        </mxCell>
        <mxCell id="MIcNWfqu2G7UR8mHNEVn-42" edge="1" parent="1" source="9Vli-bCbQJat1Q8ghpv_-21" style="edgeStyle=orthogonalEdgeStyle;rounded=0;orthogonalLoop=1;jettySize=auto;html=1;entryX=1;entryY=0.5;entryDx=0;entryDy=0;entryPerimeter=0;strokeColor=light-dark(#000000,#FFACAC);" target="MIcNWfqu2G7UR8mHNEVn-23">
          <mxGeometry relative="1" as="geometry">
            <Array as="points">
              <mxPoint x="450" y="770" />
              <mxPoint x="450" y="200" />
              <mxPoint x="790" y="200" />
            </Array>
          </mxGeometry>
        </mxCell>
        <mxCell id="MIcNWfqu2G7UR8mHNEVn-43" parent="1" style="text;html=1;whiteSpace=wrap;strokeColor=none;fillColor=none;align=center;verticalAlign=middle;rounded=0;" value="10.121.123.82" vertex="1">
          <mxGeometry height="30" width="60" x="660" y="180" as="geometry" />
        </mxCell>
        <mxCell id="MIcNWfqu2G7UR8mHNEVn-45" edge="1" parent="1" source="9Vli-bCbQJat1Q8ghpv_-21" style="edgeStyle=orthogonalEdgeStyle;rounded=0;orthogonalLoop=1;jettySize=auto;html=1;entryX=1;entryY=0.5;entryDx=0;entryDy=0;entryPerimeter=0;strokeColor=light-dark(#000000,#FFACAC);" target="9Vli-bCbQJat1Q8ghpv_-36">
          <mxGeometry relative="1" as="geometry">
            <Array as="points">
              <mxPoint x="450" y="770" />
              <mxPoint x="450" y="200" />
              <mxPoint x="145" y="200" />
            </Array>
          </mxGeometry>
        </mxCell>
        <mxCell id="MIcNWfqu2G7UR8mHNEVn-46" parent="1" style="text;html=1;whiteSpace=wrap;strokeColor=none;fillColor=none;align=center;verticalAlign=middle;rounded=0;" value="10.121.123.147" vertex="1">
          <mxGeometry height="30" width="60" x="751" y="180" as="geometry" />
        </mxCell>
        <mxCell id="MIcNWfqu2G7UR8mHNEVn-47" edge="1" parent="1" source="pDRP3hoOsNH6IqBBJrl4-15" style="edgeStyle=orthogonalEdgeStyle;rounded=0;orthogonalLoop=1;jettySize=auto;html=1;exitX=0.75;exitY=0;exitDx=0;exitDy=0;entryX=0.8;entryY=0.461;entryDx=0;entryDy=0;entryPerimeter=0;" target="pDRP3hoOsNH6IqBBJrl4-15">
          <mxGeometry relative="1" as="geometry" />
        </mxCell>
        <mxCell id="MIcNWfqu2G7UR8mHNEVn-48" edge="1" parent="1" source="MIcNWfqu2G7UR8mHNEVn-15" style="endArrow=classic;html=1;rounded=0;entryX=0.317;entryY=0.167;entryDx=0;entryDy=0;fillColor=#d80073;strokeColor=#A50040;exitX=0.75;exitY=1;exitDx=0;exitDy=0;entryPerimeter=0;" target="MIcNWfqu2G7UR8mHNEVn-27" value="">
          <mxGeometry height="50" relative="1" width="50" as="geometry">
            <mxPoint x="720" y="320" as="sourcePoint" />
            <mxPoint x="835" y="395" as="targetPoint" />
          </mxGeometry>
        </mxCell>
        <mxCell id="MIcNWfqu2G7UR8mHNEVn-49" edge="1" parent="1" style="endArrow=classic;html=1;rounded=0;entryX=0.625;entryY=0.2;entryDx=0;entryDy=0;entryPerimeter=0;fillColor=#d80073;strokeColor=#A50040;" target="MIcNWfqu2G7UR8mHNEVn-27" value="">
          <mxGeometry height="50" relative="1" width="50" as="geometry">
            <mxPoint x="788" y="320" as="sourcePoint" />
            <mxPoint x="818" y="397" as="targetPoint" />
          </mxGeometry>
        </mxCell>
        <mxCell id="MIcNWfqu2G7UR8mHNEVn-52" parent="1" style="text;html=1;whiteSpace=wrap;strokeColor=none;fillColor=none;align=center;verticalAlign=middle;rounded=0;rotation=-30;fontColor=light-dark(#000000,#51AFE7);" value="VNC" vertex="1">
          <mxGeometry height="30" width="60" x="565.0007621135331" y="395.00038105676657" as="geometry" />
        </mxCell>
        <mxCell id="MIcNWfqu2G7UR8mHNEVn-54" parent="1" style="text;html=1;whiteSpace=wrap;strokeColor=none;fillColor=none;align=center;verticalAlign=middle;rounded=0;" value="10.121.123.80" vertex="1">
          <mxGeometry height="30" width="60" x="660" y="260" as="geometry" />
        </mxCell>
        <mxCell id="MIcNWfqu2G7UR8mHNEVn-55" parent="1" style="text;html=1;whiteSpace=wrap;strokeColor=none;fillColor=none;align=center;verticalAlign=middle;rounded=0;" value="10.121.123.145" vertex="1">
          <mxGeometry height="30" width="60" x="745" y="260" as="geometry" />
        </mxCell>
        <mxCell id="MIcNWfqu2G7UR8mHNEVn-56" edge="1" parent="1" source="MIcNWfqu2G7UR8mHNEVn-26" style="endArrow=classic;html=1;rounded=0;entryX=0.5;entryY=1;entryDx=0;entryDy=0;exitX=0.4;exitY=0.1;exitDx=0;exitDy=0;exitPerimeter=0;fillColor=#60a917;strokeColor=#2D7600;" target="MIcNWfqu2G7UR8mHNEVn-15" value="">
          <mxGeometry height="50" relative="1" width="50" as="geometry">
            <mxPoint x="685" y="485" as="sourcePoint" />
            <mxPoint x="675" y="320" as="targetPoint" />
          </mxGeometry>
        </mxCell>
        <mxCell id="MIcNWfqu2G7UR8mHNEVn-57" edge="1" parent="1" style="endArrow=classic;html=1;rounded=0;exitX=0.4;exitY=0.1;exitDx=0;exitDy=0;exitPerimeter=0;entryX=0.25;entryY=1;entryDx=0;entryDy=0;fillColor=#60a917;strokeColor=#2D7600;" target="MIcNWfqu2G7UR8mHNEVn-14" value="">
          <mxGeometry height="50" relative="1" width="50" as="geometry">
            <mxPoint x="634" y="528" as="sourcePoint" />
            <mxPoint x="706" y="375" as="targetPoint" />
          </mxGeometry>
        </mxCell>
        <mxCell id="MIcNWfqu2G7UR8mHNEVn-58" parent="1" style="text;html=1;whiteSpace=wrap;strokeColor=none;fillColor=none;align=center;verticalAlign=middle;rounded=0;rotation=-60;fontColor=light-dark(#000000,#669C35);" value="UDP" vertex="1">
          <mxGeometry height="30" width="60" x="609.997592753806" y="470.00317708396716" as="geometry" />
        </mxCell>
        <mxCell id="MIcNWfqu2G7UR8mHNEVn-61" parent="1" style="text;html=1;whiteSpace=wrap;strokeColor=none;fillColor=none;align=center;verticalAlign=middle;rounded=0;rotation=0;fontColor=light-dark(#000000,#AA7942);" value="HTTP" vertex="1">
          <mxGeometry height="30" width="60" x="440.00006046520986" y="1030.0034587474115" as="geometry" />
        </mxCell>
        <mxCell id="MIcNWfqu2G7UR8mHNEVn-63" edge="1" parent="1" source="MIcNWfqu2G7UR8mHNEVn-5" style="edgeStyle=orthogonalEdgeStyle;rounded=0;orthogonalLoop=1;jettySize=auto;html=1;entryX=0.608;entryY=1;entryDx=0;entryDy=0;entryPerimeter=0;curved=0;startArrow=classic;startFill=1;endArrow=none;endFill=0;strokeColor=light-dark(#000000,#FFA9E0);" target="MIcNWfqu2G7UR8mHNEVn-27" value="">
          <mxGeometry relative="1" as="geometry">
            <Array as="points">
              <mxPoint x="430" y="1020" />
              <mxPoint x="430" y="920" />
              <mxPoint x="764" y="920" />
              <mxPoint x="764" y="500" />
            </Array>
            <mxPoint x="360" y="1020" as="sourcePoint" />
            <mxPoint x="764" y="497" as="targetPoint" />
          </mxGeometry>
        </mxCell>
        <mxCell id="MIcNWfqu2G7UR8mHNEVn-62" parent="1" style="text;html=1;whiteSpace=wrap;strokeColor=none;fillColor=none;align=center;verticalAlign=middle;rounded=0;fontColor=light-dark(#000000,#FFA9E0);" value="Multicast Группа 224.1.1.224:6000" vertex="1">
          <mxGeometry height="30" width="60" x="715" y="650" as="geometry" />
        </mxCell>
        <mxCell id="MIcNWfqu2G7UR8mHNEVn-64" parent="1" style="text;html=1;whiteSpace=wrap;strokeColor=none;fillColor=none;align=center;verticalAlign=middle;rounded=0;fontColor=light-dark(#000000,#4A890C);" value="Multicast Группа 224.1.1.225:5000" vertex="1">
          <mxGeometry height="30" width="60" x="608" y="610" as="geometry" />
        </mxCell>
-         <mxCell id="MIcNWfqu2G7UR8mHNEVn-71" edge="1" parent="1" source="9Vli-bCbQJat1Q8ghpv_-9" style="endArrow=none;html=1;rounded=0;entryX=1;entryY=0.174;entryDx=0;entryDy=0;entryPerimeter=0;exitX=0.006;exitY=0.176;exitDx=0;exitDy=0;exitPerimeter=0;" target="9Vli-bCbQJat1Q8ghpv_-9" value="">
-           <mxGeometry height="50" relative="1" width="50" as="geometry">
-             <mxPoint x="250" y="780" as="sourcePoint" />
-             <mxPoint x="300" y="730" as="targetPoint" />
-           </mxGeometry>
+         <mxCell id="MIcNWfqu2G7UR8mHNEVn-71" edge="1" parent="1" style="endArrow=none;html=1;rounded=0;entryX=1;entryY=0.174;entryDx=0;entryDy=0;entryPerimeter=0;" value="">
+           <mxGeometry height="50" relative="1" width="50" as="geometry">
+             <mxPoint x="239" y="665" as="sourcePoint" />
+             <mxPoint x="407" y="664" as="targetPoint" />
+           </mxGeometry>
+         </mxCell>
+         <mxCell id="MIcNWfqu2G7UR8mHNEVn-75" edge="1" parent="1" style="edgeStyle=orthogonalEdgeStyle;rounded=0;orthogonalLoop=1;jettySize=auto;html=1;entryX=0.5;entryY=0;entryDx=0;entryDy=0;curved=1;strokeColor=light-dark(#000000,#0000FF);strokeWidth=3;" target="MIcNWfqu2G7UR8mHNEVn-36">
+           <mxGeometry relative="1" as="geometry">
+             <Array as="points">
+               <mxPoint x="282" y="630" />
+               <mxPoint x="550" y="630" />
+               <mxPoint x="550" y="790" />
+               <mxPoint x="590" y="790" />
+             </Array>
+             <mxPoint x="282.5" y="695" as="sourcePoint" />
+             <mxPoint x="293.5" y="616" as="targetPoint" />
+           </mxGeometry>
+         </mxCell>
+         <mxCell id="MIcNWfqu2G7UR8mHNEVn-73" parent="1" style="rounded=0;whiteSpace=wrap;html=1;fillColor=light-dark(#FFFFFF,#0000FF);" value="Backups schedler" vertex="1">
+           <mxGeometry height="20" width="170" x="238" y="640" as="geometry" />
        </mxCell>
      </root>
    </mxGraphModel>
  </diagram>
</mxfile>
